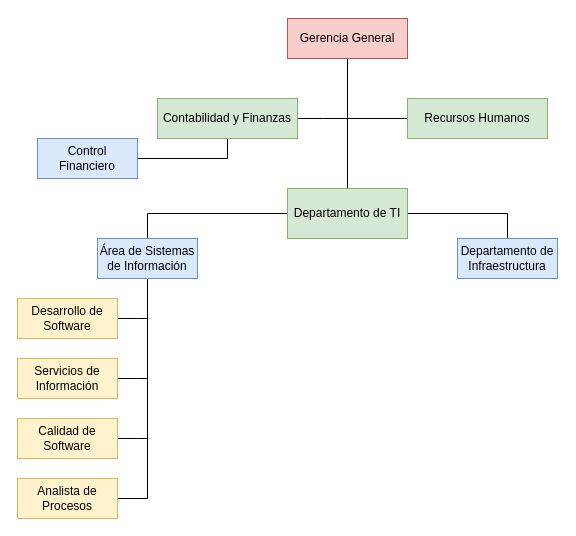
Above: page "O1" (1 of 2) of FS.drawio in HoliSoyTamo/Diagramas (draw.io), before the change. Source tidied: cells renumbered, new cells numbered last; positions are measured from the earlier drawing's top-left corner, leaving out a move shared by most shapes. Both pictures are drawn from the tidied source at 100%, with x=0, y=0 at pixel (17, 18).
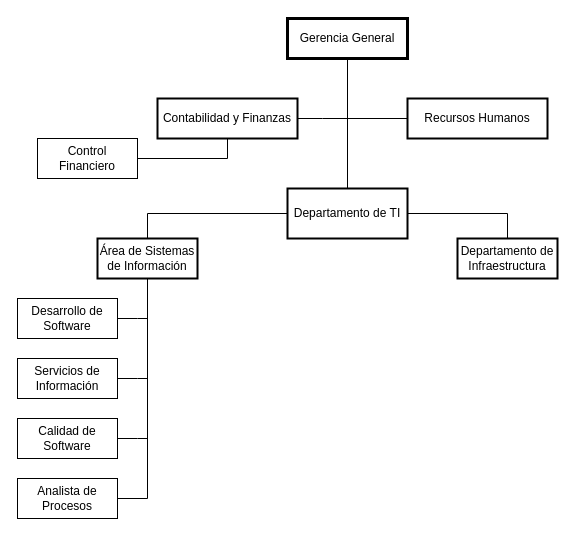
The same diagram, later.

Diff of the diagram source:
```diff
@@
-    <mxCell id="2" style="edgeStyle=orthogonalEdgeStyle;rounded=0;jettySize=auto;html=1;entryX=0.5;entryY=0;entryDx=0;entryDy=0;strokeColor=default;endArrow=none;endFill=0;" parent="1" edge="1" source="3" target="17">
+    <mxCell id="2" style="edgeStyle=orthogonalEdgeStyle;rounded=0;jettySize=auto;html=1;entryX=0.5;entryY=0;entryDx=0;entryDy=0;endArrow=none;endFill=0;" parent="1" edge="1" source="3" target="17">
       <mxGeometry relative="1" as="geometry" />
     </mxCell>
-    <mxCell id="3" value="Gerencia General" style="rounded=0;whiteSpace=wrap;html=1;fillColor=#f8cecc;strokeColor=#b85450;" parent="1" vertex="1">
+    <mxCell id="3" value="Gerencia General" style="rounded=0;whiteSpace=wrap;html=1;strokeWidth=3;" parent="1" vertex="1">
       <mxGeometry x="270" width="120" height="40" as="geometry" />
     </mxCell>
-    <mxCell id="4" style="edgeStyle=orthogonalEdgeStyle;rounded=0;jettySize=auto;html=1;strokeColor=default;endArrow=none;endFill=0;entryX=1;entryY=0.5;entryDx=0;entryDy=0;" parent="1" edge="1" source="6" target="7">
+    <mxCell id="4" style="edgeStyle=orthogonalEdgeStyle;rounded=0;jettySize=auto;html=1;endArrow=none;endFill=0;entryX=1;entryY=0.5;entryDx=0;entryDy=0;" parent="1" edge="1" source="6" target="7">
       <mxGeometry relative="1" as="geometry">
         <Array as="points">
           <mxPoint x="210" y="140" />
         </Array>
       </mxGeometry>
     </mxCell>
-    <mxCell id="5" style="edgeStyle=orthogonalEdgeStyle;rounded=0;jettySize=auto;html=1;strokeColor=default;endArrow=none;endFill=0;" parent="1" edge="1" source="6">
+    <mxCell id="5" style="edgeStyle=orthogonalEdgeStyle;rounded=0;jettySize=auto;html=1;endArrow=none;endFill=0;" parent="1" edge="1" source="6">
       <mxGeometry relative="1" as="geometry">
         <mxPoint x="330" y="100" as="targetPoint" />
       </mxGeometry>
     </mxCell>
-    <mxCell id="6" value="Contabilidad y Finanzas" style="rounded=0;whiteSpace=wrap;html=1;fillColor=#d5e8d4;strokeColor=#82b366;" parent="1" vertex="1">
+    <mxCell id="6" value="Contabilidad y Finanzas" style="rounded=0;whiteSpace=wrap;html=1;strokeWidth=2;" parent="1" vertex="1">
       <mxGeometry x="140" y="80" width="140" height="40" as="geometry" />
     </mxCell>
-    <mxCell id="7" value="Control Financiero" style="rounded=0;whiteSpace=wrap;html=1;fillColor=#dae8fc;strokeColor=#6c8ebf;" parent="1" vertex="1">
+    <mxCell id="7" value="Control Financiero" style="rounded=0;whiteSpace=wrap;html=1;" parent="1" vertex="1">
       <mxGeometry x="20" y="120" width="100" height="40" as="geometry" />
     </mxCell>
-    <mxCell id="8" style="edgeStyle=orthogonalEdgeStyle;rounded=0;jettySize=auto;html=1;strokeColor=default;endArrow=none;endFill=0;entryX=1;entryY=0.5;entryDx=0;entryDy=0;" parent="1" edge="1" target="21">
+    <mxCell id="8" style="edgeStyle=orthogonalEdgeStyle;rounded=0;jettySize=auto;html=1;endArrow=none;endFill=0;entryX=1;entryY=0.5;entryDx=0;entryDy=0;" parent="1" edge="1" target="21">
       <mxGeometry relative="1" as="geometry">
         <mxPoint x="130" y="260" as="sourcePoint" />
         <Array as="points">
           <mxPoint x="130" y="480" />
         </Array>
       </mxGeometry>
     </mxCell>
-    <mxCell id="9" style="edgeStyle=orthogonalEdgeStyle;rounded=0;jettySize=auto;html=1;strokeColor=default;endArrow=none;endFill=0;" parent="1" edge="1" source="10">
+    <mxCell id="9" style="edgeStyle=orthogonalEdgeStyle;rounded=0;jettySize=auto;html=1;endArrow=none;endFill=0;" parent="1" edge="1" source="10">
       <mxGeometry relative="1" as="geometry">
         <mxPoint x="130" y="300" as="targetPoint" />
       </mxGeometry>
     </mxCell>
-    <mxCell id="10" value="Desarrollo de Software" style="rounded=0;whiteSpace=wrap;html=1;fillColor=#fff2cc;strokeColor=#d6b656;" parent="1" vertex="1">
+    <mxCell id="10" value="Desarrollo de Software" style="rounded=0;whiteSpace=wrap;html=1;" parent="1" vertex="1">
       <mxGeometry y="280" width="100" height="40" as="geometry" />
     </mxCell>
-    <mxCell id="11" style="edgeStyle=orthogonalEdgeStyle;rounded=0;jettySize=auto;html=1;strokeColor=default;endArrow=none;endFill=0;" parent="1" edge="1" source="12">
+    <mxCell id="11" style="edgeStyle=orthogonalEdgeStyle;rounded=0;jettySize=auto;html=1;endArrow=none;endFill=0;" parent="1" edge="1" source="12">
       <mxGeometry relative="1" as="geometry">
         <mxPoint x="130" y="360" as="targetPoint" />
       </mxGeometry>
     </mxCell>
-    <mxCell id="12" value="Servicios de Información" style="rounded=0;whiteSpace=wrap;html=1;fillColor=#fff2cc;strokeColor=#d6b656;" parent="1" vertex="1">
+    <mxCell id="12" value="Servicios de Información" style="rounded=0;whiteSpace=wrap;html=1;" parent="1" vertex="1">
       <mxGeometry y="340" width="100" height="40" as="geometry" />
     </mxCell>
-    <mxCell id="13" style="edgeStyle=orthogonalEdgeStyle;rounded=0;jettySize=auto;html=1;strokeColor=default;endArrow=none;endFill=0;" parent="1" edge="1" source="14">
+    <mxCell id="13" style="edgeStyle=orthogonalEdgeStyle;rounded=0;jettySize=auto;html=1;endArrow=none;endFill=0;" parent="1" edge="1" source="14">
       <mxGeometry relative="1" as="geometry">
         <mxPoint x="130" y="420" as="targetPoint" />
       </mxGeometry>
     </mxCell>
-    <mxCell id="14" value="Calidad de Software" style="rounded=0;whiteSpace=wrap;html=1;fillColor=#fff2cc;strokeColor=#d6b656;" parent="1" vertex="1">
+    <mxCell id="14" value="Calidad de Software" style="rounded=0;whiteSpace=wrap;html=1;" parent="1" vertex="1">
       <mxGeometry y="400" width="100" height="40" as="geometry" />
     </mxCell>
-    <mxCell id="15" style="edgeStyle=orthogonalEdgeStyle;rounded=0;jettySize=auto;html=1;entryX=0.5;entryY=0;entryDx=0;entryDy=0;strokeColor=default;endArrow=none;endFill=0;" parent="1" edge="1" source="17" target="22">
+    <mxCell id="15" style="edgeStyle=orthogonalEdgeStyle;rounded=0;jettySize=auto;html=1;entryX=0.5;entryY=0;entryDx=0;entryDy=0;endArrow=none;endFill=0;" parent="1" edge="1" source="17" target="22">
       <mxGeometry relative="1" as="geometry" />
     </mxCell>
-    <mxCell id="16" style="edgeStyle=orthogonalEdgeStyle;rounded=0;jettySize=auto;html=1;entryX=0.5;entryY=0;entryDx=0;entryDy=0;strokeColor=default;endArrow=none;endFill=0;" parent="1" edge="1" source="17" target="20">
+    <mxCell id="16" style="edgeStyle=orthogonalEdgeStyle;rounded=0;jettySize=auto;html=1;entryX=0.5;entryY=0;entryDx=0;entryDy=0;endArrow=none;endFill=0;" parent="1" edge="1" source="17" target="20">
       <mxGeometry relative="1" as="geometry" />
     </mxCell>
-    <mxCell id="17" value="Departamento de TI" style="rounded=0;whiteSpace=wrap;html=1;fillColor=#d5e8d4;strokeColor=#82b366;" parent="1" vertex="1">
+    <mxCell id="17" value="Departamento de TI" style="rounded=0;whiteSpace=wrap;html=1;strokeWidth=2;" parent="1" vertex="1">
       <mxGeometry x="270" y="170" width="120" height="50" as="geometry" />
     </mxCell>
-    <mxCell id="18" style="edgeStyle=orthogonalEdgeStyle;rounded=0;jettySize=auto;html=1;strokeColor=default;endArrow=none;endFill=0;" parent="1" edge="1" source="19">
+    <mxCell id="18" style="edgeStyle=orthogonalEdgeStyle;rounded=0;jettySize=auto;html=1;endArrow=none;endFill=0;" parent="1" edge="1" source="19">
       <mxGeometry relative="1" as="geometry">
         <mxPoint x="330" y="100" as="targetPoint" />
       </mxGeometry>
     </mxCell>
-    <mxCell id="19" value="Recursos Humanos" style="rounded=0;whiteSpace=wrap;html=1;fillColor=#d5e8d4;strokeColor=#82b366;" parent="1" vertex="1">
+    <mxCell id="19" value="Recursos Humanos" style="rounded=0;whiteSpace=wrap;html=1;strokeWidth=2;" parent="1" vertex="1">
       <mxGeometry x="390" y="80" width="140" height="40" as="geometry" />
     </mxCell>
-    <mxCell id="20" value="Área de Sistemas de Información" style="rounded=0;whiteSpace=wrap;html=1;fillColor=#dae8fc;strokeColor=#6c8ebf;" parent="1" vertex="1">
+    <mxCell id="20" value="Área de Sistemas de Información" style="rounded=0;whiteSpace=wrap;html=1;strokeWidth=2;" parent="1" vertex="1">
       <mxGeometry x="80" y="220" width="100" height="40" as="geometry" />
     </mxCell>
-    <mxCell id="21" value="Analista de Procesos" style="rounded=0;whiteSpace=wrap;html=1;fillColor=#fff2cc;strokeColor=#d6b656;" parent="1" vertex="1">
+    <mxCell id="21" value="Analista de Procesos" style="rounded=0;whiteSpace=wrap;html=1;" parent="1" vertex="1">
       <mxGeometry y="460" width="100" height="40" as="geometry" />
     </mxCell>
-    <mxCell id="22" value="Departamento de Infraestructura" style="rounded=0;whiteSpace=wrap;html=1;fillColor=#dae8fc;strokeColor=#6c8ebf;" parent="1" vertex="1">
+    <mxCell id="22" value="Departamento de Infraestructura" style="rounded=0;whiteSpace=wrap;html=1;strokeWidth=2;" parent="1" vertex="1">
       <mxGeometry x="440" y="220" width="100" height="40" as="geometry" />
     </mxCell>
```
